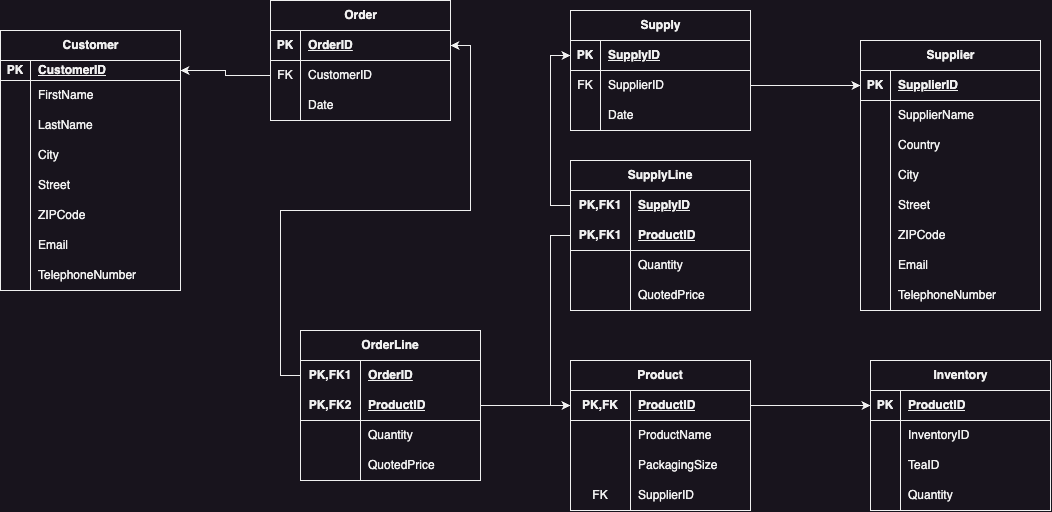
heeyoonjik/DBDesignAndImplementation_Enitity keeps this draw.io diagram as DB설계및구현.drawio.png. Above is the earlier version. Source tidied: cells renumbered, new cells last; positions are measured from the earlier drawing's top-left corner, leaving out a move shared by most shapes.
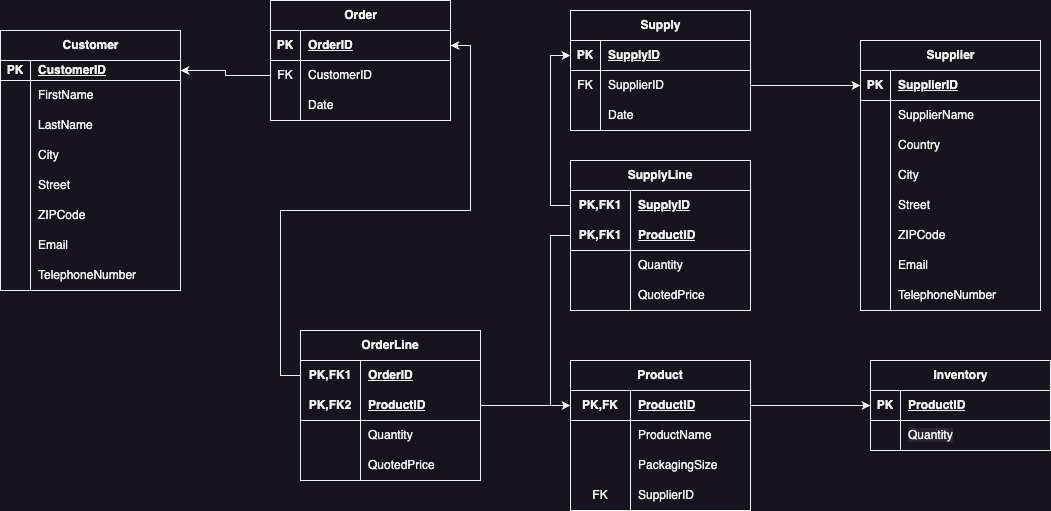
The same diagram one commit later.

Commit message:
DB설계및구현.drawio.png이 추가되었습니다.

The edit, as a diff of the source:
```diff
@@ -294,7 +294,7 @@
       <mxGeometry x="60" width="120" height="30" as="geometry" />
     </mxCell>
     <mxCell id="99" value="Inventory" style="shape=table;startSize=30;rowLines=0;fontStyle=1;align=center;html=1;" parent="1" vertex="1">
-      <mxGeometry x="870" y="360" width="180" height="150" as="geometry" />
+      <mxGeometry x="870" y="360" width="180" height="90" as="geometry" />
     </mxCell>
     <mxCell id="100" style="shape=tableRow;horizontal=0;startSize=0;swimlaneHead=0;swimlaneBody=0;fillColor=none;points=[[0,0.5],[1,0.5]];portConstraint=eastwest;top=0;left=0;right=0;bottom=1;" parent="99" vertex="1">
       <mxGeometry y="30" width="180" height="30" as="geometry" />
@@ -311,27 +311,9 @@
     <mxCell id="104" style="shape=partialRectangle;fillColor=none;top=0;left=0;bottom=0;right=0;overflow=hidden;whiteSpace=wrap;html=1;" parent="103" vertex="1">
       <mxGeometry width="30" height="30" as="geometry" />
     </mxCell>
-    <mxCell id="105" value="InventoryID" style="shape=partialRectangle;fillColor=none;top=0;left=0;bottom=0;right=0;align=left;spacingLeft=6;overflow=hidden;whiteSpace=wrap;html=1;" parent="103" vertex="1">
+    <mxCell id="105" value="&lt;meta charset=&quot;utf-8&quot;&gt;&lt;span style=&quot;color: rgb(240, 240, 240); font-family: Helvetica; font-size: 12px; font-style: normal; font-variant-ligatures: normal; font-variant-caps: normal; font-weight: 400; letter-spacing: normal; orphans: 2; text-align: left; text-indent: 0px; text-transform: none; widows: 2; word-spacing: 0px; -webkit-text-stroke-width: 0px; background-color: rgb(42, 37, 47); text-decoration-thickness: initial; text-decoration-style: initial; text-decoration-color: initial; float: none; display: inline !important;&quot;&gt;Quantity&lt;/span&gt;" style="shape=partialRectangle;fillColor=none;top=0;left=0;bottom=0;right=0;align=left;spacingLeft=6;overflow=hidden;whiteSpace=wrap;html=1;" parent="103" vertex="1">
       <mxGeometry x="30" width="150" height="30" as="geometry" />
     </mxCell>
-    <mxCell id="106" style="shape=tableRow;horizontal=0;startSize=0;swimlaneHead=0;swimlaneBody=0;fillColor=none;top=0;left=0;right=0;bottom=0;" parent="99" vertex="1">
-      <mxGeometry y="90" width="180" height="30" as="geometry" />
-    </mxCell>
-    <mxCell id="107" style="shape=partialRectangle;fillColor=none;top=0;left=0;bottom=0;right=0;overflow=hidden;whiteSpace=wrap;html=1;" parent="106" vertex="1">
-      <mxGeometry width="30" height="30" as="geometry" />
-    </mxCell>
-    <mxCell id="108" value="TeaID" style="shape=partialRectangle;fillColor=none;top=0;left=0;bottom=0;right=0;align=left;spacingLeft=6;overflow=hidden;whiteSpace=wrap;html=1;" parent="106" vertex="1">
-      <mxGeometry x="30" width="150" height="30" as="geometry" />
-    </mxCell>
-    <mxCell id="109" style="shape=tableRow;horizontal=0;startSize=0;swimlaneHead=0;swimlaneBody=0;fillColor=none;top=0;left=0;right=0;bottom=0;" parent="99" vertex="1">
-      <mxGeometry y="120" width="180" height="30" as="geometry" />
-    </mxCell>
-    <mxCell id="110" style="shape=partialRectangle;fillColor=none;top=0;left=0;bottom=0;right=0;overflow=hidden;whiteSpace=wrap;html=1;" parent="109" vertex="1">
-      <mxGeometry width="30" height="30" as="geometry" />
-    </mxCell>
-    <mxCell id="111" value="Quantity" style="shape=partialRectangle;fillColor=none;top=0;left=0;bottom=0;right=0;align=left;spacingLeft=6;overflow=hidden;whiteSpace=wrap;html=1;" parent="109" vertex="1">
-      <mxGeometry x="30" width="150" height="30" as="geometry" />
-    </mxCell>
     <mxCell id="112" style="edgeStyle=orthogonalEdgeStyle;rounded=0;jettySize=auto;html=1;exitX=0;exitY=0.5;exitDx=0;exitDy=0;entryX=0;entryY=0.5;entryDx=0;entryDy=0;" parent="1" edge="1" source="64" target="54">
       <mxGeometry relative="1" as="geometry" />
     </mxCell>
```
